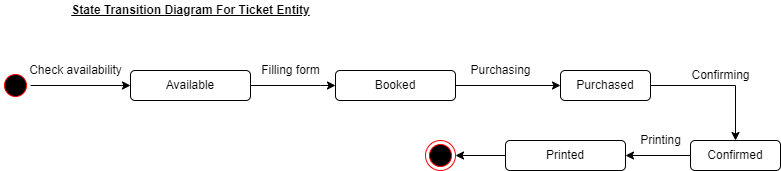
Mydhili-murali/ust-prograd-training keeps this draw.io diagram as Day-10 Object Modelling diagrams/Train Reservation System/State transition Diagram.drawio.png. Above is the earlier version. Source tidied: cells renumbered, new cells last; positions are measured from the earlier drawing's top-left corner, leaving out a move shared by most shapes.
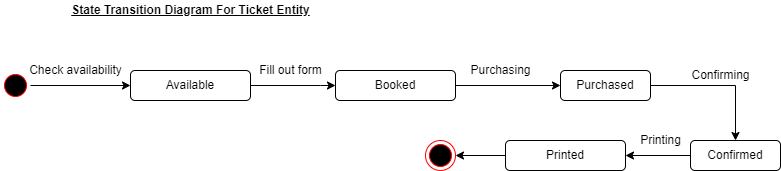
After the change.

Commit message:
Object modelling diagrams

What changed in the source:
```diff
@@ -30,8 +30,8 @@
     <mxCell id="8" value="Booked" style="whiteSpace=wrap;html=1;rounded=1;" parent="1" vertex="1">
       <mxGeometry x="335" y="70" width="120" height="30" as="geometry" />
     </mxCell>
-    <mxCell id="9" value="Filling form" style="text;html=1;align=center;verticalAlign=middle;strokeColor=none;fillColor=none;" parent="1" vertex="1">
-      <mxGeometry x="255" y="60" width="70" height="20" as="geometry" />
+    <mxCell id="9" value="Fill out form" style="text;html=1;align=center;verticalAlign=middle;strokeColor=none;fillColor=none;" parent="1" vertex="1">
+      <mxGeometry x="250" y="60" width="80" height="20" as="geometry" />
     </mxCell>
     <mxCell id="10" style="edgeStyle=orthogonalEdgeStyle;rounded=0;jettySize=auto;html=1;" parent="1" edge="1" source="11" target="13">
       <mxGeometry relative="1" as="geometry" />
```
